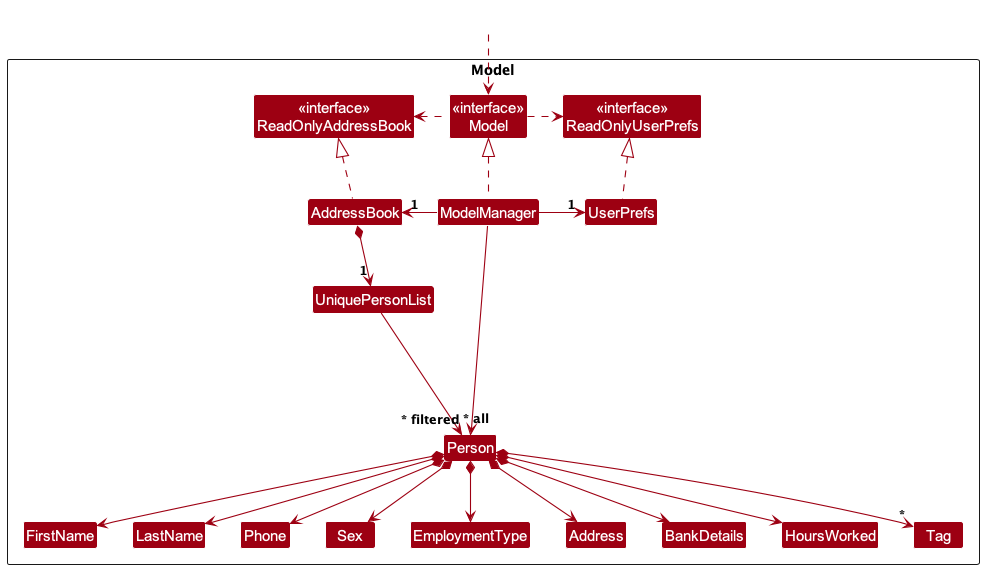
The PlantUML diagram docs/images/ModelClassDiagram.png in nus-cs2103-AY2324S2/tp, before a commit.
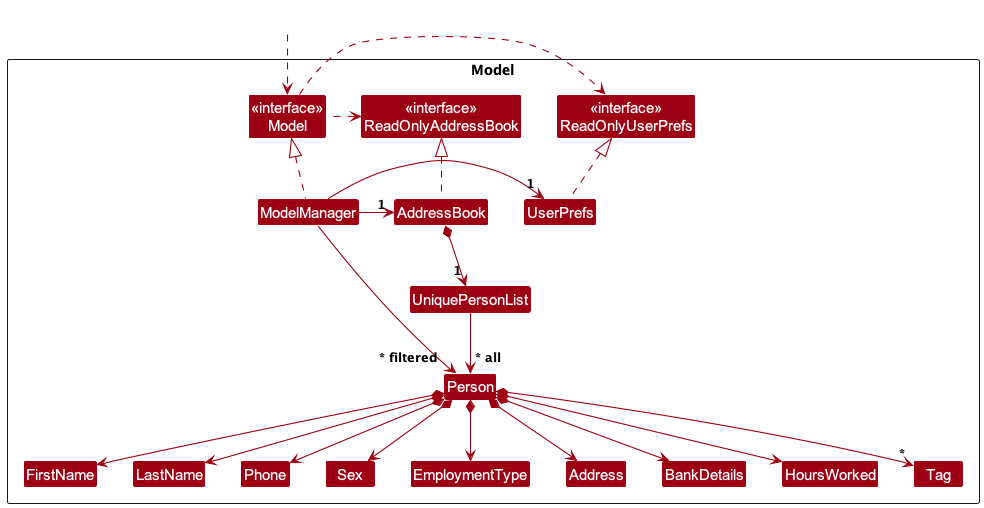
The same file after the commit.

Commit message:
Update ModelClassDiagram arrows for clarity

What changed in the source:
```diff
@@ -52,7 +52,7 @@
 Person *--> "*" Tag
 
 Person -[hidden]up--> I
-UniquePersonList -[hidden]right-> I
+UniquePersonList -[hidden]left-> I
 
 FirstName -[hidden]right-> LastName
 LastName -[hidden]right-> Phone
```
